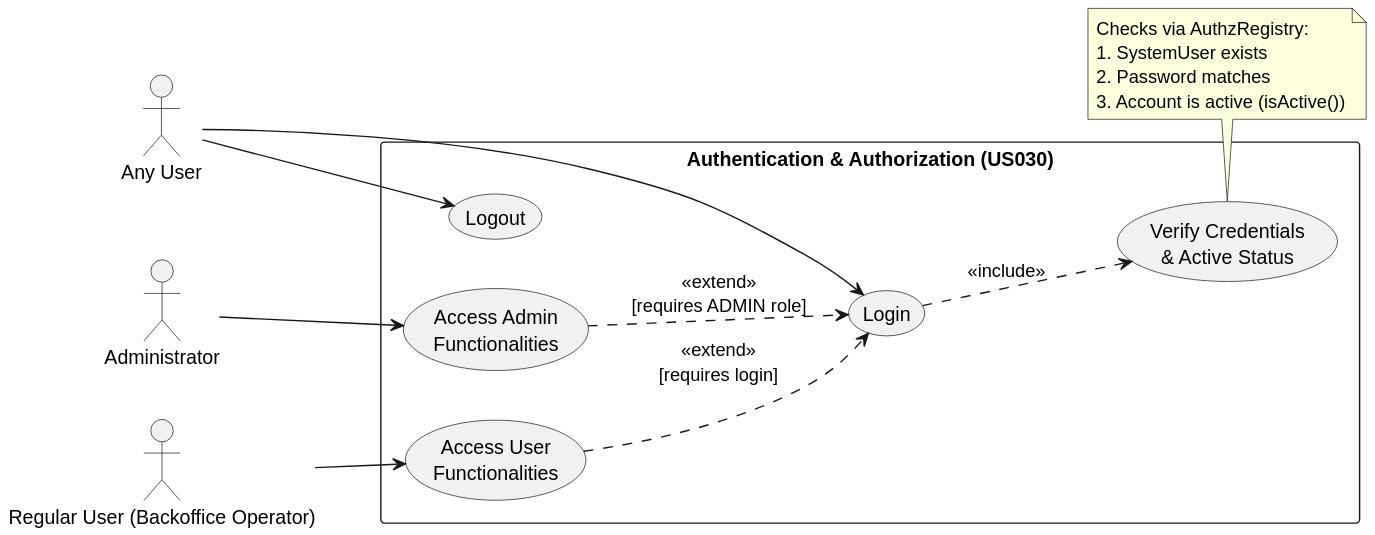
Above: docs/Sprint 2/EAPLI/US030/svg/US030-user-case-diagram.svg in DuartePinto1240/sem4pi2526-sem4pi2526_2da2 (PlantUML), before the change.
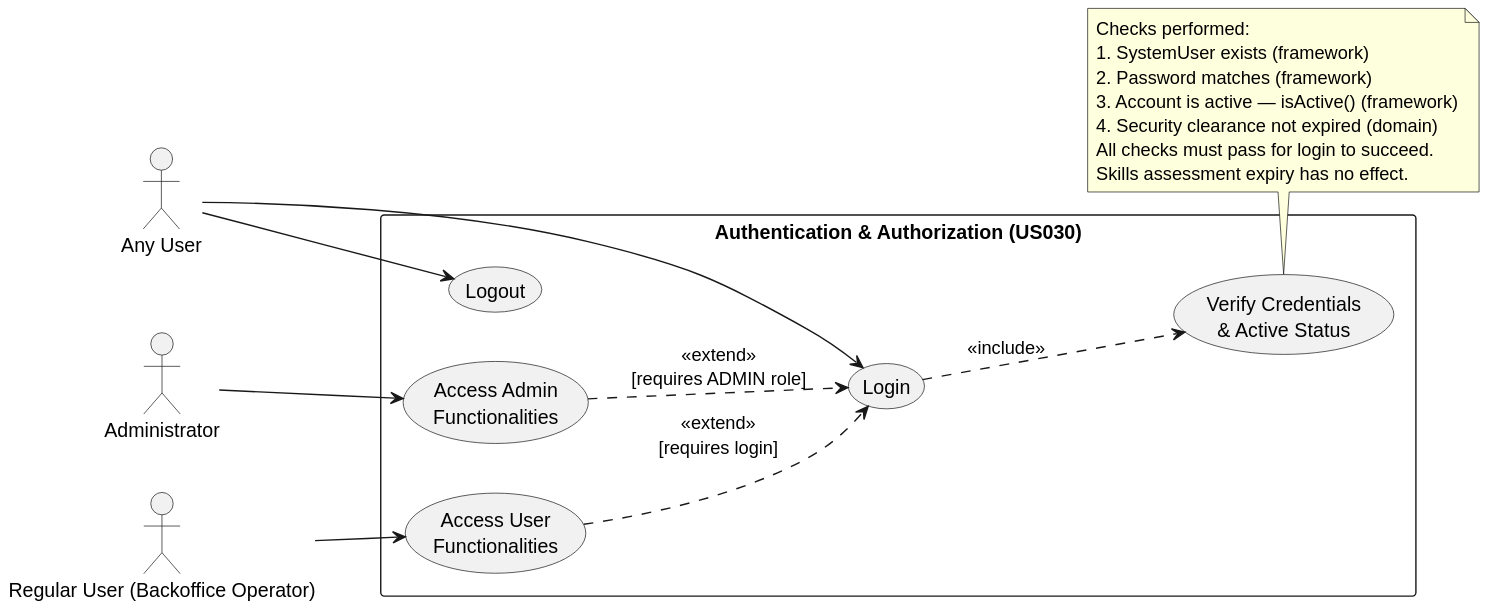
After the change.

What changed in the source:
```diff
@@ -24,9 +24,12 @@
 UC_User  ..> UC_Login : <<extend>>\n[requires login]
 
 note bottom of UC_Verify
-  Checks via AuthzRegistry:
-  1. SystemUser exists
-  2. Password matches
-  3. Account is active (isActive())
+  Checks performed:
+  1. SystemUser exists (framework)
+  2. Password matches (framework)
+  3. Account is active — isActive() (framework)
+  4. Security clearance not expired (domain)
+  All checks must pass for login to succeed.
+  Skills assessment expiry has no effect.
 end note
 @enduml
```
